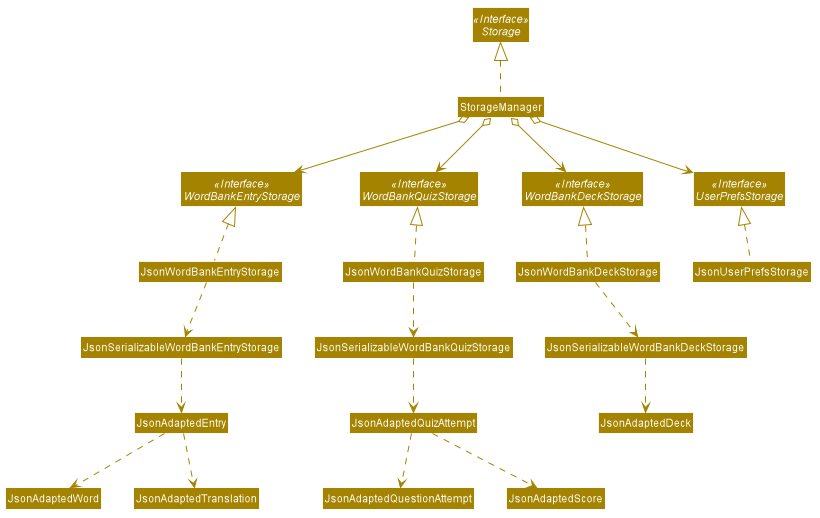
Before: docs/images/StorageClassDiagramMoreOOP.png, a diagram exported from PlantUML (vigneshbhuvan-nus/tp).
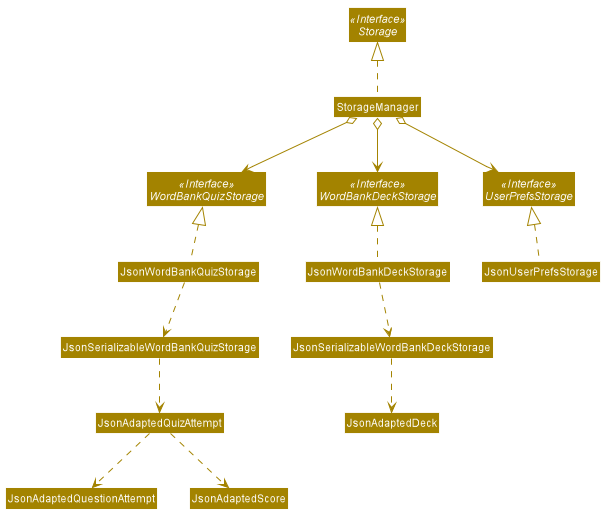
After the change.

Diff of the diagram source:
```diff
@@ -55,7 +55,6 @@
 Interface UserPrefsStorage <<Interface>>
 Interface WordBankDeckStorage <<Interface>>
 Interface WordBankQuizStorage <<Interface>>
-Interface WordBankEntryStorage <<Interface>>
 
 Class StorageManager
 Class JsonUserPrefsStorage
@@ -64,7 +63,6 @@
 StorageManager .up.|> Storage
 StorageManager o--> UserPrefsStorage
 StorageManager o--> WordBankDeckStorage
-StorageManager o--> WordBankEntryStorage
 StorageManager o--> WordBankQuizStorage
 
 JsonUserPrefsStorage .up.|> UserPrefsStorage
@@ -79,12 +77,5 @@
 JsonAdaptedQuizAttempt ..> JsonAdaptedQuestionAttempt
 JsonAdaptedQuizAttempt ..> JsonAdaptedScore
 
-JsonWordBankEntryStorage .up.|> WordBankEntryStorage
-JsonWordBankEntryStorage .down.> JsonSerializableWordBankEntryStorage
-JsonSerializableWordBankEntryStorage ..> JsonAdaptedEntry
-JsonAdaptedEntry ..> JsonAdaptedWord
-JsonAdaptedEntry ..> JsonAdaptedTranslation
-
-
 
 @enduml
```
